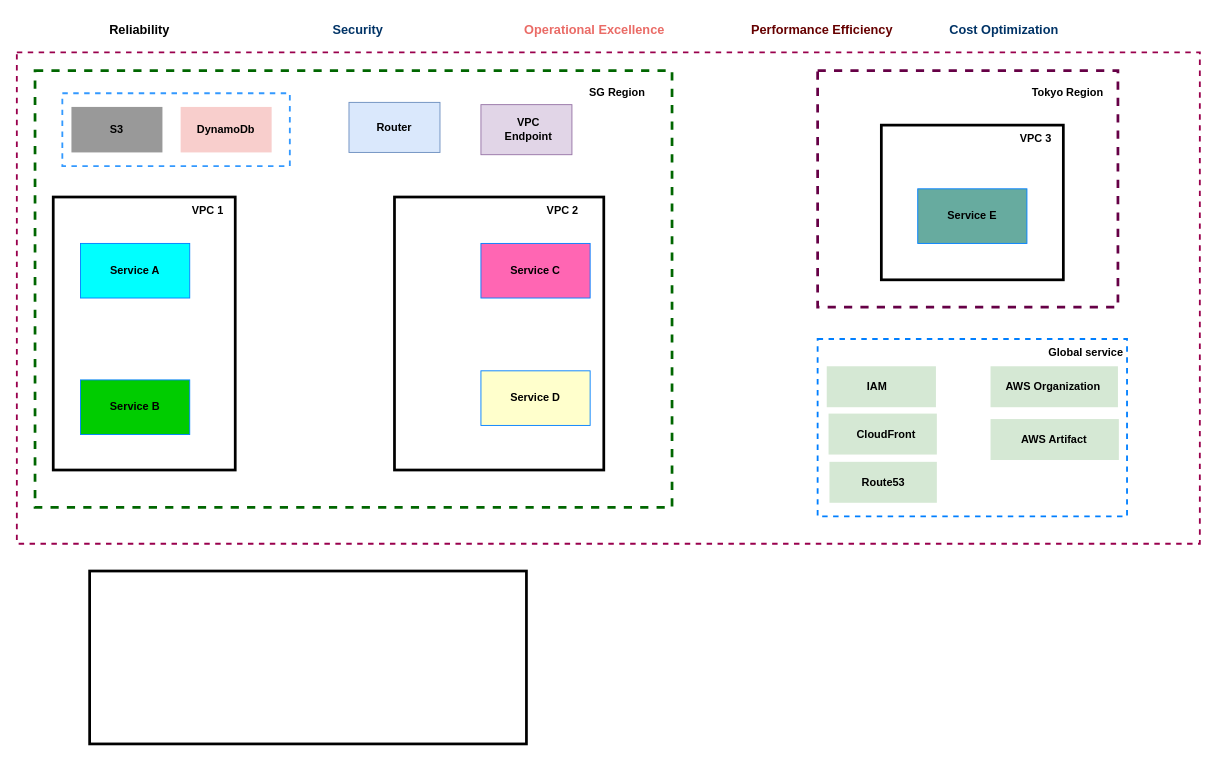
dientrinh/udacity_courses keeps this draw.io diagram as page "networking-service-to-service" (1 of 3) of aws_solution_networking.drawio. Above is the earlier version. Source tidied: cells renumbered, new cells numbered last; positions are measured from the earlier drawing's top-left corner, leaving out a move shared by most shapes. Both pictures are drawn from the tidied source at 91%, with x=0, y=0 at pixel (16, 15).
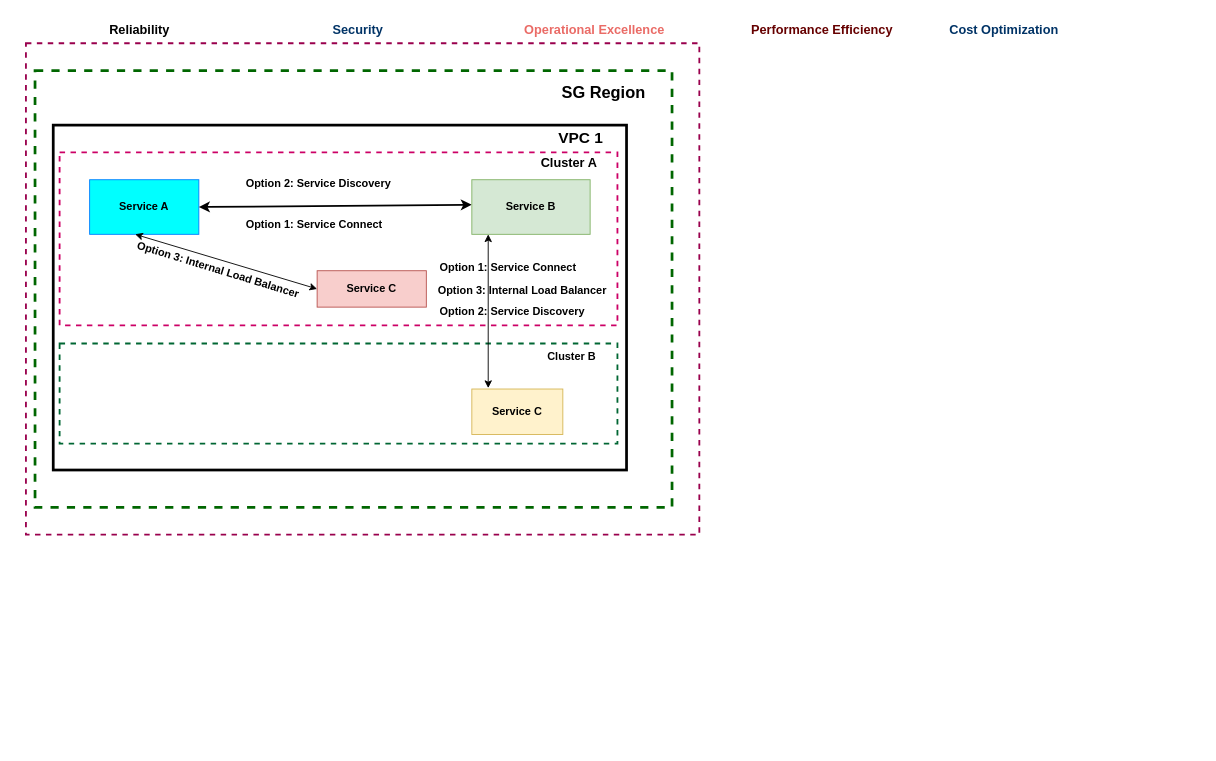
The same page after the edit.

Unchanged cells that the change refers to:
```xml
<mxCell id="20" style="rounded=0;whiteSpace=wrap;html=1;strokeColor=#007FFF;fillColor=#00FFFF;" parent="19" vertex="1">
  <mxGeometry width="120" height="60" as="geometry" />
</mxCell>
```

Change to the diagram source:
```diff
@@
     <mxCell id="2" style="rounded=0;whiteSpace=wrap;html=1;fillColor=none;strokeColor=#99004D;strokeWidth=2;dashed=1;" parent="1" vertex="1">
-      <mxGeometry y="40" width="1300" height="540" as="geometry" />
+      <mxGeometry x="10" y="30" width="740" height="540" as="geometry" />
     </mxCell>
@@
-    <mxCell id="4" style="rounded=0;whiteSpace=wrap;html=1;fillColor=none;dashed=1;strokeColor=#660046;strokeWidth=3;" parent="1" vertex="1">
-      <mxGeometry x="880" y="60" width="330" height="260" as="geometry" />
-    </mxCell>
-    <mxCell id="5" style="rounded=0;whiteSpace=wrap;html=1;fillColor=none;strokeWidth=3;" parent="1" vertex="1">
-      <mxGeometry x="80" y="610" width="480" height="190" as="geometry" />
-    </mxCell>
     <mxCell id="6" style="rounded=0;whiteSpace=wrap;html=1;fillColor=none;strokeWidth=3;" parent="1" vertex="1">
-      <mxGeometry x="40" y="199" width="200" height="300" as="geometry" />
+      <mxGeometry x="40" y="120" width="630" height="379" as="geometry" />
     </mxCell>
-    <mxCell id="7" style="rounded=0;whiteSpace=wrap;html=1;fillColor=none;strokeWidth=3;" parent="1" vertex="1">
-      <mxGeometry x="415" y="199" width="230" height="300" as="geometry" />
-    </mxCell>
-    <mxCell id="8" style="rounded=0;whiteSpace=wrap;html=1;fillColor=none;strokeWidth=3;" parent="1" vertex="1">
-      <mxGeometry x="950" y="120" width="200" height="170" as="geometry" />
-    </mxCell>
+    <mxCell id="64" style="rounded=0;whiteSpace=wrap;html=1;fillColor=none;strokeColor=#CC0066;dashed=1;strokeWidth=2;" parent="1" vertex="1">
+      <mxGeometry x="47" y="150" width="613" height="190" as="geometry" />
+    </mxCell>
-    <mxCell id="9" value="&lt;b&gt;SG Region&lt;/b&gt;" style="text;html=1;align=center;verticalAlign=middle;whiteSpace=wrap;rounded=0;" parent="1" vertex="1">
-      <mxGeometry x="620" y="70" width="80" height="30" as="geometry" />
+    <mxCell id="9" value="&lt;b&gt;&lt;font style=&quot;font-size: 18px;&quot;&gt;SG Region&lt;/font&gt;&lt;/b&gt;" style="text;html=1;align=center;verticalAlign=middle;whiteSpace=wrap;rounded=0;" parent="1" vertex="1">
+      <mxGeometry x="580" y="70" width="130" height="30" as="geometry" />
     </mxCell>
-    <mxCell id="10" value="&lt;b&gt;Tokyo Region&lt;/b&gt;" style="text;html=1;align=center;verticalAlign=middle;whiteSpace=wrap;rounded=0;" parent="1" vertex="1">
-      <mxGeometry x="1110" y="70" width="90" height="30" as="geometry" />
-    </mxCell>
-    <mxCell id="11" value="&lt;b&gt;VPC 1&lt;/b&gt;" style="text;html=1;align=center;verticalAlign=middle;whiteSpace=wrap;rounded=0;" parent="1" vertex="1">
-      <mxGeometry x="170" y="199" width="80" height="30" as="geometry" />
+    <mxCell id="11" value="&lt;b&gt;&lt;font style=&quot;font-size: 17px;&quot;&gt;VPC 1&lt;/font&gt;&lt;/b&gt;" style="text;html=1;align=center;verticalAlign=middle;whiteSpace=wrap;rounded=0;" parent="1" vertex="1">
+      <mxGeometry x="580" y="120" width="80" height="30" as="geometry" />
     </mxCell>
-    <mxCell id="12" value="&lt;b&gt;VPC 2&lt;/b&gt;" style="text;html=1;align=center;verticalAlign=middle;whiteSpace=wrap;rounded=0;" parent="1" vertex="1">
-      <mxGeometry x="560" y="199" width="80" height="30" as="geometry" />
-    </mxCell>
-    <mxCell id="13" value="&lt;b&gt;VPC 3&lt;/b&gt;" style="text;html=1;align=center;verticalAlign=middle;whiteSpace=wrap;rounded=0;" parent="1" vertex="1">
-      <mxGeometry x="1090" y="120" width="60" height="30" as="geometry" />
-    </mxCell>
@@
+    <mxCell id="65" value="&lt;div&gt;&lt;b style=&quot;background-color: initial;&quot;&gt;Option 3: Internal Load Balancer&lt;/b&gt;&lt;/div&gt;" style="text;html=1;align=left;verticalAlign=middle;whiteSpace=wrap;rounded=0;rotation=17;" parent="1" vertex="1">
+      <mxGeometry x="126" y="262" width="210" height="40" as="geometry" />
+    </mxCell>
+    <mxCell id="66" value="&lt;font style=&quot;font-size: 14px;&quot;&gt;&lt;b&gt;Cluster A&lt;/b&gt;&lt;/font&gt;" style="text;html=1;align=center;verticalAlign=middle;whiteSpace=wrap;rounded=0;" parent="1" vertex="1">
+      <mxGeometry x="567" y="147" width="80" height="30" as="geometry" />
+    </mxCell>
     <mxCell id="19" style="group;" parent="1" vertex="1">
-      <mxGeometry x="70" y="250" width="120" height="60" as="geometry" />
+      <mxGeometry x="80" y="180" width="120" height="60" as="geometry" />
     </mxCell>
@@
-    <mxCell id="22" style="group;" parent="1" vertex="1">
-      <mxGeometry x="70" y="400" width="120" height="60" as="geometry" />
-    </mxCell>
-    <mxCell id="23" style="rounded=0;whiteSpace=wrap;html=1;strokeColor=#007FFF;fillColor=#00CC00;" parent="22" vertex="1">
-      <mxGeometry width="120" height="60" as="geometry" />
-    </mxCell>
+    <mxCell id="67" style="endArrow=classic;startArrow=classic;html=1;rounded=0;strokeWidth=2;entryX=1;entryY=0.5;entryDx=0;entryDy=0;" parent="1" edge="1" target="20">
+      <mxGeometry relative="1" as="geometry">
+        <mxPoint x="500" y="207.5" as="sourcePoint" />
+      </mxGeometry>
+    </mxCell>
-    <mxCell id="24" value="&lt;b&gt;Service B&lt;/b&gt;" style="text;html=1;align=center;verticalAlign=middle;whiteSpace=wrap;rounded=0;" parent="22" vertex="1">
-      <mxGeometry x="30" y="15" width="60" height="30" as="geometry" />
+    <mxCell id="24" value="&lt;b&gt;Service B&lt;/b&gt;" style="text;html=1;align=center;verticalAlign=middle;whiteSpace=wrap;rounded=0;fillColor=#d5e8d4;strokeColor=#82b366;" parent="1" vertex="1">
+      <mxGeometry x="500" y="180" width="130" height="60" as="geometry" />
     </mxCell>
-    <mxCell id="25" style="group;" parent="1" vertex="1">
-      <mxGeometry x="510" y="250" width="120" height="60" as="geometry" />
-    </mxCell>
-    <mxCell id="26" style="rounded=0;whiteSpace=wrap;html=1;strokeColor=#007FFF;fillColor=#FF66B3;" parent="25" vertex="1">
-      <mxGeometry width="120" height="60" as="geometry" />
-    </mxCell>
-    <mxCell id="27" value="&lt;b&gt;Service C&lt;/b&gt;" style="text;html=1;align=center;verticalAlign=middle;whiteSpace=wrap;rounded=0;" parent="25" vertex="1">
-      <mxGeometry x="30" y="15" width="60" height="30" as="geometry" />
-    </mxCell>
-    <mxCell id="28" style="group;" parent="1" vertex="1">
-      <mxGeometry x="510" y="390" width="120" height="60" as="geometry" />
-    </mxCell>
-    <mxCell id="29" style="rounded=0;whiteSpace=wrap;html=1;strokeColor=#007FFF;fillColor=#FFFFCC;" parent="28" vertex="1">
-      <mxGeometry width="120" height="60" as="geometry" />
-    </mxCell>
-    <mxCell id="30" value="&lt;b&gt;Service D&lt;/b&gt;" style="text;html=1;align=center;verticalAlign=middle;whiteSpace=wrap;rounded=0;" parent="28" vertex="1">
-      <mxGeometry x="30" y="15" width="60" height="30" as="geometry" />
-    </mxCell>
-    <mxCell id="31" style="group;" parent="1" vertex="1">
-      <mxGeometry x="990" y="190" width="120" height="60" as="geometry" />
-    </mxCell>
-    <mxCell id="32" style="rounded=0;whiteSpace=wrap;html=1;strokeColor=#007FFF;fillColor=#67AB9F;" parent="31" vertex="1">
-      <mxGeometry width="120" height="60" as="geometry" />
-    </mxCell>
-    <mxCell id="33" value="&lt;b&gt;Service E&lt;/b&gt;" style="text;html=1;align=center;verticalAlign=middle;whiteSpace=wrap;rounded=0;" parent="31" vertex="1">
-      <mxGeometry x="30" y="15" width="60" height="30" as="geometry" />
-    </mxCell>
-    <mxCell id="34" style="rounded=0;whiteSpace=wrap;html=1;fillColor=none;strokeColor=#007FFF;strokeWidth=2;dashed=1;" parent="1" vertex="1">
-      <mxGeometry x="880" y="355" width="340" height="195" as="geometry" />
-    </mxCell>
-    <mxCell id="35" value="&lt;b&gt;Global service&lt;/b&gt;" style="text;html=1;align=center;verticalAlign=middle;whiteSpace=wrap;rounded=0;" parent="1" vertex="1">
-      <mxGeometry x="1130" y="355" width="90" height="30" as="geometry" />
-    </mxCell>
-    <mxCell id="36" style="group;" parent="1" vertex="1">
-      <mxGeometry x="890" y="385" width="120" height="45" as="geometry" />
-    </mxCell>
-    <mxCell id="37" style="rounded=0;whiteSpace=wrap;html=1;fillColor=#d5e8d4;strokeColor=none;" parent="36" vertex="1">
-      <mxGeometry width="120" height="45" as="geometry" />
-    </mxCell>
-    <mxCell id="38" value="&lt;b&gt;IAM&lt;/b&gt;" style="text;html=1;align=center;verticalAlign=middle;whiteSpace=wrap;rounded=0;" parent="36" vertex="1">
-      <mxGeometry x="40.7" y="7.5" width="28.7" height="30" as="geometry" />
-    </mxCell>
-    <mxCell id="39" style="group;" parent="1" vertex="1">
-      <mxGeometry x="892" y="437" width="119" height="45" as="geometry" />
-    </mxCell>
-    <mxCell id="40" style="rounded=0;whiteSpace=wrap;html=1;fillColor=#d5e8d4;strokeColor=none;" parent="39" vertex="1">
-      <mxGeometry width="119" height="45" as="geometry" />
-    </mxCell>
-    <mxCell id="41" value="&lt;b&gt;CloudFront&lt;/b&gt;" style="text;html=1;align=center;verticalAlign=middle;whiteSpace=wrap;rounded=0;" parent="39" vertex="1">
-      <mxGeometry x="44" y="7.5" width="38.8" height="30" as="geometry" />
-    </mxCell>
-    <mxCell id="42" style="group;" parent="1" vertex="1">
-      <mxGeometry x="893" y="490" width="118" height="45" as="geometry" />
-    </mxCell>
-    <mxCell id="43" style="rounded=0;whiteSpace=wrap;html=1;fillColor=#d5e8d4;strokeColor=none;" parent="42" vertex="1">
-      <mxGeometry width="118" height="45" as="geometry" />
-    </mxCell>
-    <mxCell id="44" value="&lt;b&gt;Route53&lt;/b&gt;" style="text;html=1;align=center;verticalAlign=middle;whiteSpace=wrap;rounded=0;" parent="42" vertex="1">
-      <mxGeometry x="43.6" y="7.5" width="30.8" height="30" as="geometry" />
-    </mxCell>
-    <mxCell id="45" style="group;" parent="1" vertex="1">
-      <mxGeometry x="1070" y="385" width="140" height="45" as="geometry" />
-    </mxCell>
-    <mxCell id="46" style="rounded=0;whiteSpace=wrap;html=1;fillColor=#d5e8d4;strokeColor=none;" parent="45" vertex="1">
-      <mxGeometry width="140" height="45" as="geometry" />
-    </mxCell>
-    <mxCell id="47" value="&lt;b&gt;AWS Organization&lt;/b&gt;" style="text;html=1;align=center;verticalAlign=middle;whiteSpace=wrap;rounded=0;" parent="45" vertex="1">
-      <mxGeometry x="-0.7" y="7.5" width="140" height="30" as="geometry" />
-    </mxCell>
-    <mxCell id="48" style="group;" parent="1" vertex="1">
-      <mxGeometry x="1070" y="443" width="141" height="45" as="geometry" />
-    </mxCell>
-    <mxCell id="49" style="rounded=0;whiteSpace=wrap;html=1;fillColor=#d5e8d4;strokeColor=none;" parent="48" vertex="1">
-      <mxGeometry width="141" height="45" as="geometry" />
-    </mxCell>
-    <mxCell id="50" value="&lt;b&gt;AWS Artifact&lt;/b&gt;" style="text;html=1;align=center;verticalAlign=middle;whiteSpace=wrap;rounded=0;" parent="48" vertex="1">
-      <mxGeometry x="10" y="7.5" width="120" height="30" as="geometry" />
-    </mxCell>
-    <mxCell id="51" style="rounded=0;whiteSpace=wrap;html=1;fillColor=none;strokeColor=#3399FF;dashed=1;strokeWidth=2;" parent="1" vertex="1">
-      <mxGeometry x="50" y="85" width="250" height="80" as="geometry" />
-    </mxCell>
-    <mxCell id="52" style="group;" parent="1" vertex="1">
-      <mxGeometry x="60" y="100" width="100" height="50" as="geometry" />
-    </mxCell>
-    <mxCell id="53" style="rounded=0;whiteSpace=wrap;html=1;strokeColor=none;fillColor=#999999;" parent="52" vertex="1">
-      <mxGeometry width="100" height="50" as="geometry" />
-    </mxCell>
-    <mxCell id="54" value="&lt;b&gt;S3&lt;/b&gt;" style="text;html=1;align=center;verticalAlign=middle;whiteSpace=wrap;rounded=0;" parent="52" vertex="1">
-      <mxGeometry x="20" y="10" width="60" height="30" as="geometry" />
-    </mxCell>
-    <mxCell id="55" style="group;" parent="1" vertex="1">
-      <mxGeometry x="180" y="100" width="100" height="50" as="geometry" />
-    </mxCell>
-    <mxCell id="56" style="rounded=0;whiteSpace=wrap;html=1;strokeColor=none;fillColor=#F8CECC;" parent="55" vertex="1">
-      <mxGeometry width="100" height="50" as="geometry" />
-    </mxCell>
-    <mxCell id="57" value="&lt;b&gt;DynamoDb&lt;/b&gt;" style="text;html=1;align=center;verticalAlign=middle;whiteSpace=wrap;rounded=0;" parent="55" vertex="1">
-      <mxGeometry x="10" y="10" width="80" height="30" as="geometry" />
-    </mxCell>
-    <mxCell id="58" style="group;" parent="1" vertex="1">
-      <mxGeometry x="365" y="95" width="100" height="55" as="geometry" />
-    </mxCell>
-    <mxCell id="59" style="rounded=0;whiteSpace=wrap;html=1;fillColor=#dae8fc;strokeColor=#6c8ebf;" parent="58" vertex="1">
-      <mxGeometry width="100" height="55" as="geometry" />
-    </mxCell>
-    <mxCell id="60" value="&lt;b&gt;Router&lt;/b&gt;" style="text;html=1;align=center;verticalAlign=middle;whiteSpace=wrap;rounded=0;fillColor=none;strokeColor=none;" parent="58" vertex="1">
-      <mxGeometry x="25" y="13.8" width="50" height="27.5" as="geometry" />
-    </mxCell>
-    <mxCell id="61" style="group;" parent="1" vertex="1">
-      <mxGeometry x="510" y="97.5" width="100" height="55" as="geometry" />
-    </mxCell>
-    <mxCell id="62" style="rounded=0;whiteSpace=wrap;html=1;fillColor=#e1d5e7;strokeColor=#9673a6;" parent="61" vertex="1">
-      <mxGeometry width="100" height="55" as="geometry" />
-    </mxCell>
-    <mxCell id="63" value="&lt;b&gt;VPC Endpoint&lt;/b&gt;" style="text;html=1;align=center;verticalAlign=middle;whiteSpace=wrap;rounded=0;fillColor=none;strokeColor=none;" parent="61" vertex="1">
-      <mxGeometry x="25" y="13.8" width="55" height="27.5" as="geometry" />
-    </mxCell>
+    <mxCell id="68" value="&lt;div&gt;&lt;b&gt;Option 1: Service Connect&lt;/b&gt;&lt;/div&gt;" style="text;html=1;align=left;verticalAlign=middle;whiteSpace=wrap;rounded=0;" parent="1" vertex="1">
+      <mxGeometry x="250" y="215" width="180" height="30" as="geometry" />
+    </mxCell>
+    <mxCell id="69" style="rounded=0;whiteSpace=wrap;html=1;fillColor=none;strokeColor=#006633;dashed=1;strokeWidth=2;" parent="1" vertex="1">
+      <mxGeometry x="47" y="360" width="613" height="110" as="geometry" />
+    </mxCell>
+    <mxCell id="70" value="&lt;b&gt;Service C&lt;/b&gt;" style="text;html=1;align=center;verticalAlign=middle;whiteSpace=wrap;rounded=0;fillColor=#fff2cc;strokeColor=#d6b656;" parent="1" vertex="1">
+      <mxGeometry x="500" y="410" width="100" height="50" as="geometry" />
+    </mxCell>
+    <mxCell id="71" value="&lt;div&gt;&lt;b&gt;Option 2: Service Discovery&lt;/b&gt;&lt;/div&gt;" style="text;html=1;align=left;verticalAlign=middle;whiteSpace=wrap;rounded=0;" parent="1" vertex="1">
+      <mxGeometry x="250" y="170" width="180" height="30" as="geometry" />
+    </mxCell>
+    <mxCell id="72" value="&lt;b&gt;Service C&lt;/b&gt;" style="text;html=1;align=center;verticalAlign=middle;whiteSpace=wrap;rounded=0;fillColor=#f8cecc;strokeColor=#b85450;" parent="1" vertex="1">
+      <mxGeometry x="330" y="280" width="120" height="40" as="geometry" />
+    </mxCell>
+    <mxCell id="73" style="endArrow=classic;startArrow=classic;html=1;rounded=0;exitX=0;exitY=0.5;exitDx=0;exitDy=0;" parent="1" edge="1" source="72">
+      <mxGeometry relative="1" as="geometry">
+        <mxPoint x="130" y="240" as="targetPoint" />
+      </mxGeometry>
+    </mxCell>
+    <mxCell id="74" value="&lt;b&gt;Cluster B&lt;/b&gt;" style="text;html=1;align=center;verticalAlign=middle;whiteSpace=wrap;rounded=0;" parent="1" vertex="1">
+      <mxGeometry x="580" y="360" width="60" height="30" as="geometry" />
+    </mxCell>
+    <mxCell id="75" style="endArrow=classic;startArrow=classic;html=1;rounded=0;exitX=0.1;exitY=-0.02;exitDx=0;exitDy=0;exitPerimeter=0;" parent="1" edge="1">
+      <mxGeometry relative="1" as="geometry">
+        <mxPoint x="518" y="409" as="sourcePoint" />
+        <mxPoint x="518" y="240" as="targetPoint" />
+      </mxGeometry>
+    </mxCell>
+    <mxCell id="76" value="&lt;div&gt;&lt;b&gt;Option 3: Internal Load Balancer&lt;/b&gt;&lt;/div&gt;" style="text;html=1;align=left;verticalAlign=middle;whiteSpace=wrap;rounded=0;" parent="1" vertex="1">
+      <mxGeometry x="461" y="287" width="210" height="30" as="geometry" />
+    </mxCell>
+    <mxCell id="77" value="&lt;div&gt;&lt;b&gt;Option 1: Service Connect&lt;/b&gt;&lt;/div&gt;" style="text;html=1;align=left;verticalAlign=middle;whiteSpace=wrap;rounded=0;" parent="1" vertex="1">
+      <mxGeometry x="463" y="261.5" width="180" height="30" as="geometry" />
+    </mxCell>
+    <mxCell id="78" value="&lt;div&gt;&lt;b&gt;Option 2: Service Discovery&lt;/b&gt;&lt;/div&gt;" style="text;html=1;align=left;verticalAlign=middle;whiteSpace=wrap;rounded=0;" parent="1" vertex="1">
+      <mxGeometry x="463" y="310" width="180" height="30" as="geometry" />
+    </mxCell>
```
